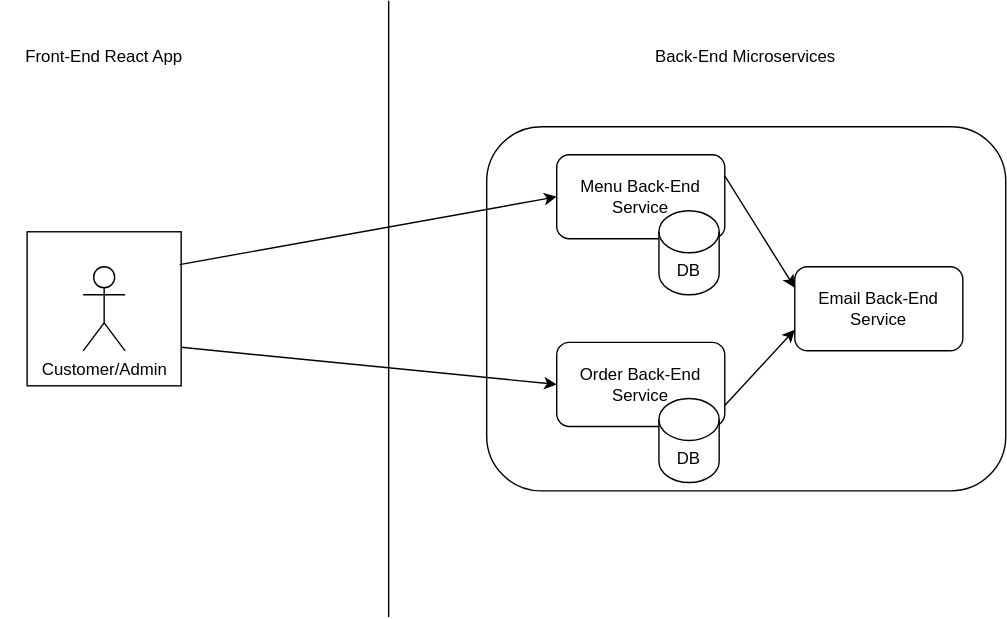
Above: Food App Back-End Domain.svg in gauravuq/Food-App-Back-End (draw.io), before the change. Source tidied: cells renumbered, new cells last; positions are measured from the earlier drawing's top-left corner, leaving out a move shared by most shapes.
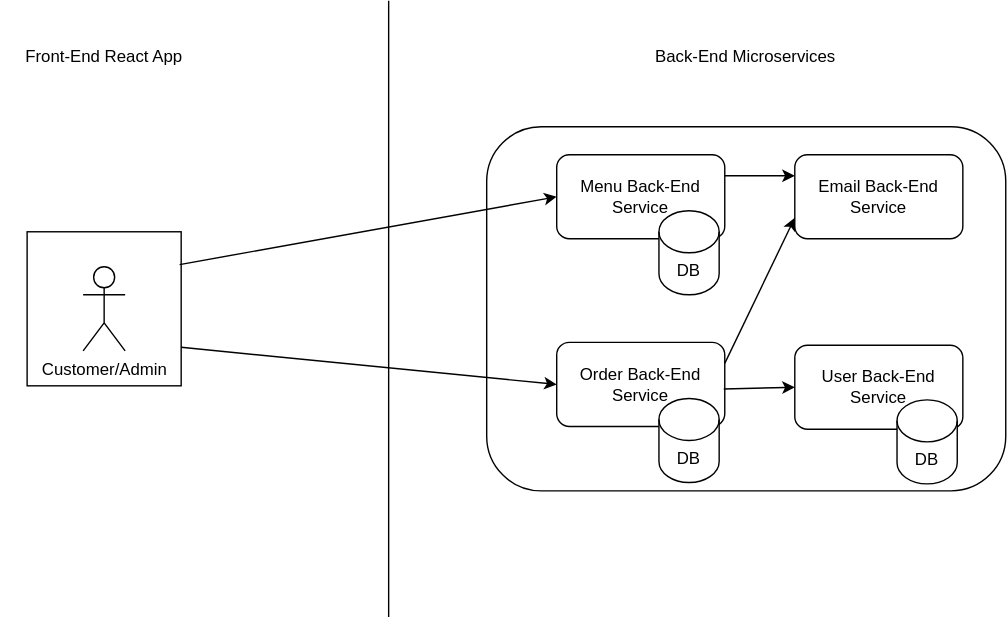
After the commit.

What changed in the source:
```diff
@@ -12,7 +12,7 @@
       <mxGeometry x="397" y="244" width="120" height="60" as="geometry" />
     </mxCell>
     <mxCell id="5" value="Email Back-End Service" style="rounded=1;whiteSpace=wrap;html=1;" parent="1" vertex="1">
-      <mxGeometry x="567" y="190" width="120" height="60" as="geometry" />
+      <mxGeometry x="567" y="110" width="120" height="60" as="geometry" />
     </mxCell>
     <mxCell id="6" style="endArrow=none;html=1;" parent="1" edge="1">
       <mxGeometry relative="1" as="geometry">
@@ -23,7 +23,7 @@
     <mxCell id="7" style="whiteSpace=wrap;html=1;" parent="1" vertex="1">
       <mxGeometry x="18.8" y="165" width="110" height="110" as="geometry" />
     </mxCell>
-    <mxCell id="8" style="endArrow=classic;html=1;exitX=1;exitY=0.75;exitDx=0;exitDy=0;entryX=0;entryY=0.75;entryDx=0;entryDy=0;" parent="1" edge="1" source="4" target="5">
+    <mxCell id="8" style="endArrow=classic;html=1;exitX=1;exitY=0.25;exitDx=0;exitDy=0;entryX=0;entryY=0.75;entryDx=0;entryDy=0;" parent="1" edge="1" source="4" target="5">
       <mxGeometry relative="1" as="geometry" />
     </mxCell>
     <mxCell id="9" style="endArrow=classic;html=1;exitX=1;exitY=0.25;exitDx=0;exitDy=0;entryX=0;entryY=0.25;entryDx=0;entryDy=0;" parent="1" edge="1" source="3" target="5">
@@ -50,5 +50,14 @@
     <mxCell id="16" value="DB" style="shape=cylinder3;whiteSpace=wrap;html=1;boundedLbl=1;backgroundOutline=1;size=15;" parent="1" vertex="1">
       <mxGeometry x="470" y="284" width="43" height="60" as="geometry" />
     </mxCell>
+    <mxCell id="17" value="User Back-End Service" style="rounded=1;whiteSpace=wrap;html=1;" parent="1" vertex="1">
+      <mxGeometry x="567" y="246" width="120" height="60" as="geometry" />
+    </mxCell>
+    <mxCell id="18" value="DB" style="shape=cylinder3;whiteSpace=wrap;html=1;boundedLbl=1;backgroundOutline=1;size=15;" parent="1" vertex="1">
+      <mxGeometry x="640" y="285" width="43" height="60" as="geometry" />
+    </mxCell>
+    <mxCell id="19" style="endArrow=classic;html=1;exitX=0.994;exitY=0.555;exitDx=0;exitDy=0;entryX=0;entryY=0.5;entryDx=0;entryDy=0;exitPerimeter=0;" parent="1" edge="1" source="4" target="17">
+      <mxGeometry relative="1" as="geometry" />
+    </mxCell>
   </root>
 </mxGraphModel>
```
